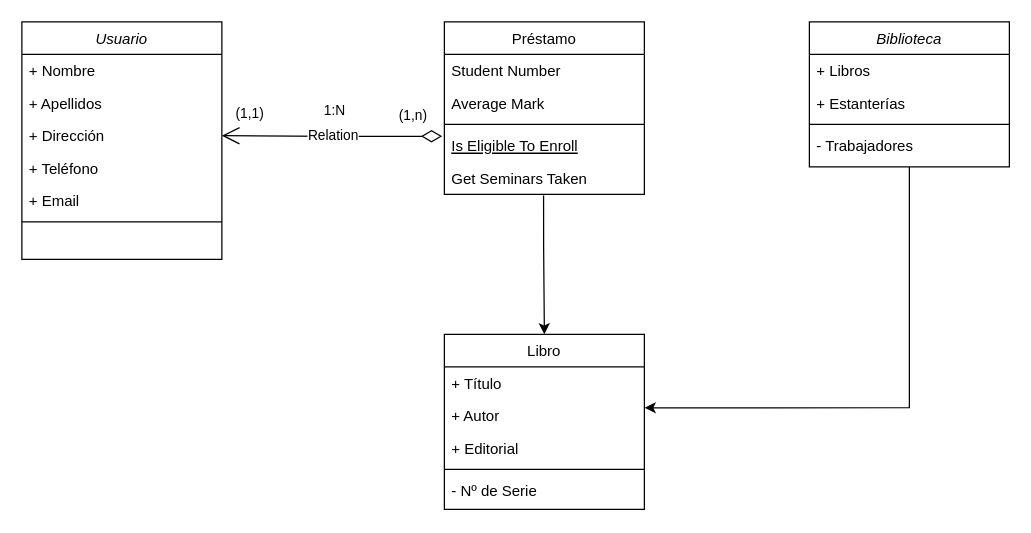
Earlier version of the draw.io diagram Biblioteca.drawio (creepiman854/prueba). Source tidied: cells renumbered, new cells numbered last; positions are measured from the earlier drawing's top-left corner, leaving out a move shared by most shapes. Both pictures are drawn from the tidied source at 125%, with x=0, y=0 at pixel (21, 21).
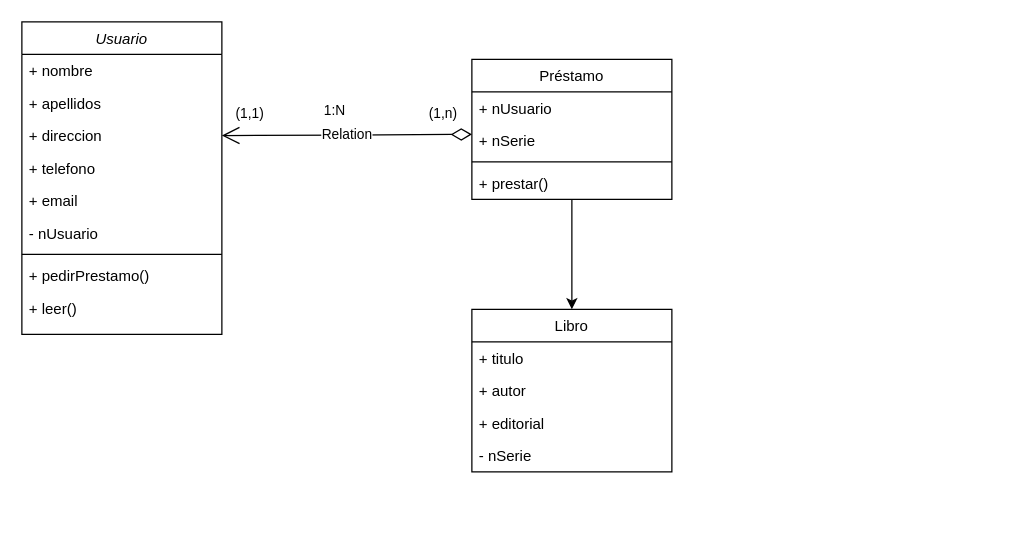
The same diagram, later.

The edit, as a diff of the source:
```diff
@@
     <mxCell id="2" value="Usuario" style="swimlane;fontStyle=2;align=center;verticalAlign=top;horizontal=1;startSize=26;rounded=0;shadow=0;strokeWidth=1;" parent="1" vertex="1">
-      <mxGeometry width="160" height="190" as="geometry" />
+      <mxGeometry width="160" height="250" as="geometry" />
     </mxCell>
-    <mxCell id="3" value="+ Nombre" style="text;align=left;verticalAlign=top;spacingLeft=4;spacingRight=4;overflow=hidden;" parent="2" vertex="1">
+    <mxCell id="3" value="+ nombre" style="text;align=left;verticalAlign=top;spacingLeft=4;spacingRight=4;overflow=hidden;" parent="2" vertex="1">
       <mxGeometry y="26" width="160" height="26" as="geometry" />
     </mxCell>
-    <mxCell id="4" value="+ Apellidos" style="text;align=left;verticalAlign=top;spacingLeft=4;spacingRight=4;overflow=hidden;rounded=0;shadow=0;html=0;" parent="2" vertex="1">
+    <mxCell id="4" value="+ apellidos" style="text;align=left;verticalAlign=top;spacingLeft=4;spacingRight=4;overflow=hidden;rounded=0;shadow=0;html=0;" parent="2" vertex="1">
       <mxGeometry y="52" width="160" height="26" as="geometry" />
     </mxCell>
-    <mxCell id="5" value="+ Dirección" style="text;align=left;verticalAlign=top;spacingLeft=4;spacingRight=4;overflow=hidden;points=[[0,0.5],[1,0.5]];portConstraint=eastwest;rounded=0;shadow=0;html=0;" parent="2" vertex="1">
+    <mxCell id="5" value="+ direccion" style="text;align=left;verticalAlign=top;spacingLeft=4;spacingRight=4;overflow=hidden;points=[[0,0.5],[1,0.5]];portConstraint=eastwest;rounded=0;shadow=0;html=0;" parent="2" vertex="1">
       <mxGeometry y="78" width="160" height="26" as="geometry" />
     </mxCell>
-    <mxCell id="6" value="+ Teléfono" style="text;align=left;verticalAlign=top;spacingLeft=4;spacingRight=4;overflow=hidden;rounded=0;shadow=0;html=0;" parent="2" vertex="1">
+    <mxCell id="6" value="+ telefono" style="text;align=left;verticalAlign=top;spacingLeft=4;spacingRight=4;overflow=hidden;rounded=0;shadow=0;html=0;" parent="2" vertex="1">
       <mxGeometry y="104" width="160" height="26" as="geometry" />
     </mxCell>
-    <mxCell id="7" value="+ Email" style="text;align=left;verticalAlign=top;spacingLeft=4;spacingRight=4;overflow=hidden;rounded=0;shadow=0;html=0;" parent="2" vertex="1">
+    <mxCell id="7" value="+ email" style="text;align=left;verticalAlign=top;spacingLeft=4;spacingRight=4;overflow=hidden;rounded=0;shadow=0;html=0;" parent="2" vertex="1">
       <mxGeometry y="130" width="160" height="26" as="geometry" />
     </mxCell>
+    <mxCell id="32" value="- nUsuario" style="text;align=left;verticalAlign=top;spacingLeft=4;spacingRight=4;overflow=hidden;rounded=0;shadow=0;html=0;" parent="2" vertex="1">
+      <mxGeometry y="156" width="160" height="26" as="geometry" />
+    </mxCell>
     <mxCell id="8" style="line;html=1;strokeWidth=1;align=left;verticalAlign=middle;spacingTop=-1;spacingLeft=3;spacingRight=3;labelPosition=right;" parent="2" vertex="1">
-      <mxGeometry y="156" width="160" height="8" as="geometry" />
+      <mxGeometry y="182" width="160" height="8" as="geometry" />
     </mxCell>
+    <mxCell id="33" value="+ pedirPrestamo()" style="text;align=left;verticalAlign=top;spacingLeft=4;spacingRight=4;overflow=hidden;rounded=0;shadow=0;html=0;" parent="2" vertex="1">
+      <mxGeometry y="190" width="160" height="26" as="geometry" />
+    </mxCell>
+    <mxCell id="34" value="+ leer()" style="text;align=left;verticalAlign=top;spacingLeft=4;spacingRight=4;overflow=hidden;rounded=0;shadow=0;html=0;" parent="2" vertex="1">
+      <mxGeometry y="216" width="160" height="26" as="geometry" />
+    </mxCell>
-    <mxCell id="9" style="edgeStyle=orthogonalEdgeStyle;rounded=0;jettySize=auto;html=1;entryX=0.5;entryY=0;entryDx=0;entryDy=0;exitX=0.496;exitY=1.037;exitDx=0;exitDy=0;exitPerimeter=0;" parent="1" edge="1" source="15" target="16">
+    <mxCell id="9" style="edgeStyle=orthogonalEdgeStyle;rounded=0;jettySize=auto;html=1;exitX=0.5;exitY=1;exitDx=0;exitDy=0;" parent="1" edge="1" source="10">
       <mxGeometry relative="1" as="geometry">
+        <mxPoint x="440" y="230" as="targetPoint" />
         <Array as="points">
-          <mxPoint x="417" y="180" />
+          <mxPoint x="440" y="200" />
+          <mxPoint x="440" y="200" />
         </Array>
       </mxGeometry>
     </mxCell>
     <mxCell id="10" value="Préstamo" style="swimlane;fontStyle=0;align=center;verticalAlign=top;horizontal=1;startSize=26;rounded=0;shadow=0;strokeWidth=1;" parent="1" vertex="1">
-      <mxGeometry x="338" width="160" height="138" as="geometry" />
+      <mxGeometry x="360" y="30" width="160" height="112" as="geometry" />
     </mxCell>
-    <mxCell id="11" value="Student Number" style="text;align=left;verticalAlign=top;spacingLeft=4;spacingRight=4;overflow=hidden;" parent="10" vertex="1">
+    <mxCell id="11" value="+ nUsuario" style="text;align=left;verticalAlign=top;spacingLeft=4;spacingRight=4;overflow=hidden;" parent="10" vertex="1">
       <mxGeometry y="26" width="160" height="26" as="geometry" />
     </mxCell>
-    <mxCell id="12" value="Average Mark" style="text;align=left;verticalAlign=top;spacingLeft=4;spacingRight=4;overflow=hidden;rounded=0;shadow=0;html=0;" parent="10" vertex="1">
-      <mxGeometry y="52" width="160" height="26" as="geometry" />
-    </mxCell>
+    <mxCell id="35" value="+ nSerie" style="text;align=left;verticalAlign=top;spacingLeft=4;spacingRight=4;overflow=hidden;" parent="10" vertex="1">
+      <mxGeometry y="52" width="160" height="26" as="geometry" />
+    </mxCell>
@@
-    <mxCell id="14" value="Is Eligible To Enroll" style="text;align=left;verticalAlign=top;spacingLeft=4;spacingRight=4;overflow=hidden;points=[[0,0.5],[1,0.5]];portConstraint=eastwest;fontStyle=4;" parent="10" vertex="1">
-      <mxGeometry y="86" width="160" height="26" as="geometry" />
-    </mxCell>
-    <mxCell id="15" value="Get Seminars Taken" style="text;align=left;verticalAlign=top;spacingLeft=4;spacingRight=4;overflow=hidden;points=[[0,0.5],[1,0.5]];portConstraint=eastwest;" parent="10" vertex="1">
-      <mxGeometry y="112" width="160" height="26" as="geometry" />
-    </mxCell>
+    <mxCell id="36" value="+ prestar()" style="text;align=left;verticalAlign=top;spacingLeft=4;spacingRight=4;overflow=hidden;rounded=0;shadow=0;html=0;" parent="10" vertex="1">
+      <mxGeometry y="86" width="160" height="26" as="geometry" />
+    </mxCell>
     <mxCell id="16" value="Libro" style="swimlane;fontStyle=0;align=center;verticalAlign=top;horizontal=1;startSize=26;rounded=0;shadow=0;strokeWidth=1;" parent="1" vertex="1">
-      <mxGeometry x="338" y="250" width="160" height="140" as="geometry" />
+      <mxGeometry x="360" y="230" width="160" height="130" as="geometry" />
     </mxCell>
-    <mxCell id="17" value="+ Título" style="text;align=left;verticalAlign=top;spacingLeft=4;spacingRight=4;overflow=hidden;rounded=0;shadow=0;html=0;" parent="16" vertex="1">
+    <mxCell id="17" value="+ titulo" style="text;align=left;verticalAlign=top;spacingLeft=4;spacingRight=4;overflow=hidden;rounded=0;shadow=0;html=0;" parent="16" vertex="1">
       <mxGeometry y="26" width="160" height="26" as="geometry" />
     </mxCell>
-    <mxCell id="18" value="+ Autor" style="text;align=left;verticalAlign=top;spacingLeft=4;spacingRight=4;overflow=hidden;points=[[0,0.5],[1,0.5]];portConstraint=eastwest;" parent="16" vertex="1">
+    <mxCell id="18" value="+ autor" style="text;align=left;verticalAlign=top;spacingLeft=4;spacingRight=4;overflow=hidden;points=[[0,0.5],[1,0.5]];portConstraint=eastwest;" parent="16" vertex="1">
       <mxGeometry y="52" width="160" height="26" as="geometry" />
     </mxCell>
-    <mxCell id="19" value="+ Editorial" style="text;align=left;verticalAlign=top;spacingLeft=4;spacingRight=4;overflow=hidden;rounded=0;shadow=0;html=0;" parent="16" vertex="1">
+    <mxCell id="19" value="+ editorial" style="text;align=left;verticalAlign=top;spacingLeft=4;spacingRight=4;overflow=hidden;rounded=0;shadow=0;html=0;" parent="16" vertex="1">
       <mxGeometry y="78" width="160" height="26" as="geometry" />
     </mxCell>
-    <mxCell id="20" style="line;html=1;strokeWidth=1;align=left;verticalAlign=middle;spacingTop=-1;spacingLeft=3;spacingRight=3;labelPosition=right;" parent="16" vertex="1">
-      <mxGeometry y="104" width="160" height="8" as="geometry" />
-    </mxCell>
-    <mxCell id="21" value="- Nº de Serie" style="text;align=left;verticalAlign=top;spacingLeft=4;spacingRight=4;overflow=hidden;rounded=0;shadow=0;html=0;" parent="16" vertex="1">
-      <mxGeometry y="112" width="160" height="26" as="geometry" />
+    <mxCell id="21" value="- nSerie" style="text;align=left;verticalAlign=top;spacingLeft=4;spacingRight=4;overflow=hidden;rounded=0;shadow=0;html=0;" parent="16" vertex="1">
+      <mxGeometry y="104" width="160" height="26" as="geometry" />
     </mxCell>
-    <mxCell id="22" style="edgeStyle=orthogonalEdgeStyle;rounded=0;jettySize=auto;html=1;entryX=1.001;entryY=0.259;entryDx=0;entryDy=0;entryPerimeter=0;" parent="1" edge="1" source="23" target="18">
-      <mxGeometry relative="1" as="geometry" />
-    </mxCell>
-    <mxCell id="23" value="Biblioteca" style="swimlane;fontStyle=2;align=center;verticalAlign=top;horizontal=1;startSize=26;rounded=0;shadow=0;strokeWidth=1;" parent="1" vertex="1">
-      <mxGeometry x="630" width="160" height="116" as="geometry" />
-    </mxCell>
-    <mxCell id="24" value="+ Libros" style="text;align=left;verticalAlign=top;spacingLeft=4;spacingRight=4;overflow=hidden;" parent="23" vertex="1">
-      <mxGeometry y="26" width="160" height="26" as="geometry" />
-    </mxCell>
-    <mxCell id="25" value="+ Estanterías" style="text;align=left;verticalAlign=top;spacingLeft=4;spacingRight=4;overflow=hidden;rounded=0;shadow=0;html=0;" parent="23" vertex="1">
-      <mxGeometry y="52" width="160" height="26" as="geometry" />
-    </mxCell>
-    <mxCell id="26" style="line;html=1;strokeWidth=1;align=left;verticalAlign=middle;spacingTop=-1;spacingLeft=3;spacingRight=3;labelPosition=right;" parent="23" vertex="1">
-      <mxGeometry y="78" width="160" height="8" as="geometry" />
-    </mxCell>
-    <mxCell id="27" value="- Trabajadores" style="text;align=left;verticalAlign=top;spacingLeft=4;spacingRight=4;overflow=hidden;rounded=0;shadow=0;html=0;" parent="23" vertex="1">
-      <mxGeometry y="86" width="160" height="26" as="geometry" />
-    </mxCell>
-    <mxCell id="28" value="Relation" style="endArrow=open;html=1;endSize=12;startArrow=diamondThin;startSize=14;startFill=0;edgeStyle=orthogonalEdgeStyle;rounded=0;entryX=1;entryY=0.5;entryDx=0;entryDy=0;exitX=-0.011;exitY=0.212;exitDx=0;exitDy=0;exitPerimeter=0;" parent="1" edge="1" source="14" target="5">
-      <mxGeometry relative="1" as="geometry" />
+    <mxCell id="28" value="Relation" style="endArrow=open;html=1;endSize=12;startArrow=diamondThin;startSize=14;startFill=0;edgeStyle=orthogonalEdgeStyle;rounded=0;entryX=1;entryY=0.5;entryDx=0;entryDy=0;" parent="1" edge="1" target="5">
+      <mxGeometry relative="1" as="geometry">
+        <mxPoint x="360" y="90" as="sourcePoint" />
+      </mxGeometry>
     </mxCell>
```
